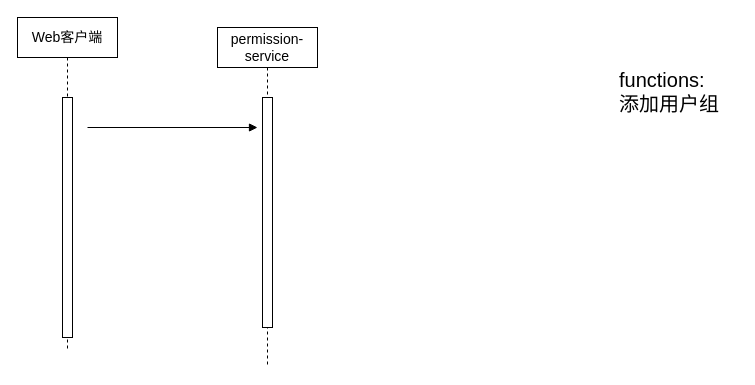
This is page "sequence-addGroup" (4 of 4) of CDRS/module-design.drawio from waterwatermelon/graph, a draw.io file, before an edit. Source tidied: cells renumbered, new cells numbered last; positions are measured from the earlier drawing's top-left corner, leaving out a move shared by most shapes. Both pictures are drawn from the tidied source at 100%, with x=0, y=0 at pixel (17, 17).
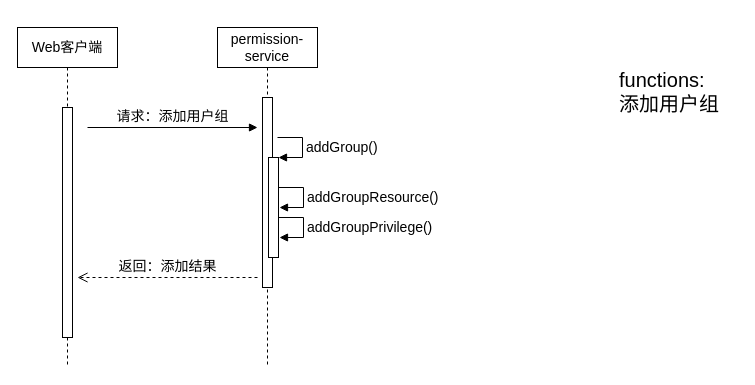
Above is the later version.

The change refers to these unchanged cells:
```xml
<mxCell id="3" value="permission-service" style="shape=umlLifeline;perimeter=lifelinePerimeter;whiteSpace=wrap;html=1;fontSize=14;" parent="1" vertex="1">
  <mxGeometry x="200" y="10" width="100" height="340" as="geometry" />
</mxCell>
```

Change to the diagram source:
```diff
@@
     <mxCell id="4" style="html=1;perimeter=orthogonalPerimeter;fontSize=14;" parent="3" vertex="1">
-      <mxGeometry x="45" y="70" width="10" height="230" as="geometry" />
+      <mxGeometry x="45" y="70" width="10" height="190" as="geometry" />
     </mxCell>
     <mxCell id="5" value="Web客户端" style="shape=umlLifeline;perimeter=lifelinePerimeter;whiteSpace=wrap;html=1;fontSize=14;" parent="1" vertex="1">
-      <mxGeometry width="100" height="332" as="geometry" />
+      <mxGeometry y="10" width="100" height="340" as="geometry" />
     </mxCell>
     <mxCell id="6" style="html=1;perimeter=orthogonalPerimeter;fontSize=14;" parent="5" vertex="1">
-      <mxGeometry x="45" y="80" width="10" height="240" as="geometry" />
+      <mxGeometry x="45" y="80" width="10" height="230" as="geometry" />
     </mxCell>
-    <mxCell id="7" style="html=1;verticalAlign=bottom;endArrow=block;fontSize=14;" parent="1" edge="1">
-      <mxGeometry x="-0.06" y="-30" relative="1" as="geometry">
-        <mxPoint x="70" y="110" as="sourcePoint" />
-        <mxPoint x="240" y="110" as="targetPoint" />
-      </mxGeometry>
-    </mxCell>
+    <mxCell id="8" value="返回：添加结果" style="html=1;verticalAlign=bottom;endArrow=open;dashed=1;endSize=8;fontSize=14;" parent="1" edge="1">
+      <mxGeometry relative="1" as="geometry">
+        <mxPoint x="240" y="260" as="sourcePoint" />
+        <mxPoint x="60" y="260" as="targetPoint" />
+      </mxGeometry>
+    </mxCell>
+    <mxCell id="9" value="请求：添加用户组" style="html=1;verticalAlign=bottom;endArrow=block;fontSize=14;" parent="1" edge="1">
+      <mxGeometry relative="1" as="geometry">
+        <mxPoint x="70" y="110" as="sourcePoint" />
+        <mxPoint x="240" y="110" as="targetPoint" />
+      </mxGeometry>
+    </mxCell>
+    <mxCell id="10" style="html=1;points=[];perimeter=orthogonalPerimeter;strokeColor=#000000;strokeWidth=1;fontSize=14;fontColor=none;" parent="1" vertex="1">
+      <mxGeometry x="251" y="140" width="10" height="100" as="geometry" />
+    </mxCell>
+    <mxCell id="11" value="addGroup()" style="edgeStyle=orthogonalEdgeStyle;html=1;align=left;spacingLeft=2;endArrow=block;rounded=0;entryX=1;entryY=0;strokeWidth=1;fontSize=14;fontColor=none;" parent="1" edge="1" target="10">
+      <mxGeometry relative="1" as="geometry">
+        <mxPoint x="260" y="120" as="sourcePoint" />
+        <Array as="points">
+          <mxPoint x="285" y="120" />
+        </Array>
+      </mxGeometry>
+    </mxCell>
+    <mxCell id="12" value="addGroupResource()" style="edgeStyle=orthogonalEdgeStyle;html=1;align=left;spacingLeft=2;endArrow=block;rounded=0;entryX=1;entryY=0;strokeWidth=1;fontSize=14;fontColor=none;" parent="1" edge="1">
+      <mxGeometry relative="1" as="geometry">
+        <mxPoint x="261" y="170" as="sourcePoint" />
+        <mxPoint x="262" y="190" as="targetPoint" />
+        <Array as="points">
+          <mxPoint x="286" y="170" />
+        </Array>
+      </mxGeometry>
+    </mxCell>
+    <mxCell id="13" value="addGroupPrivilege()" style="edgeStyle=orthogonalEdgeStyle;html=1;align=left;spacingLeft=2;endArrow=block;rounded=0;entryX=1;entryY=0;strokeWidth=1;fontSize=14;fontColor=none;" parent="1" edge="1">
+      <mxGeometry relative="1" as="geometry">
+        <mxPoint x="261" y="200" as="sourcePoint" />
+        <mxPoint x="262" y="220" as="targetPoint" />
+        <Array as="points">
+          <mxPoint x="286" y="200" />
+        </Array>
+      </mxGeometry>
+    </mxCell>
```
